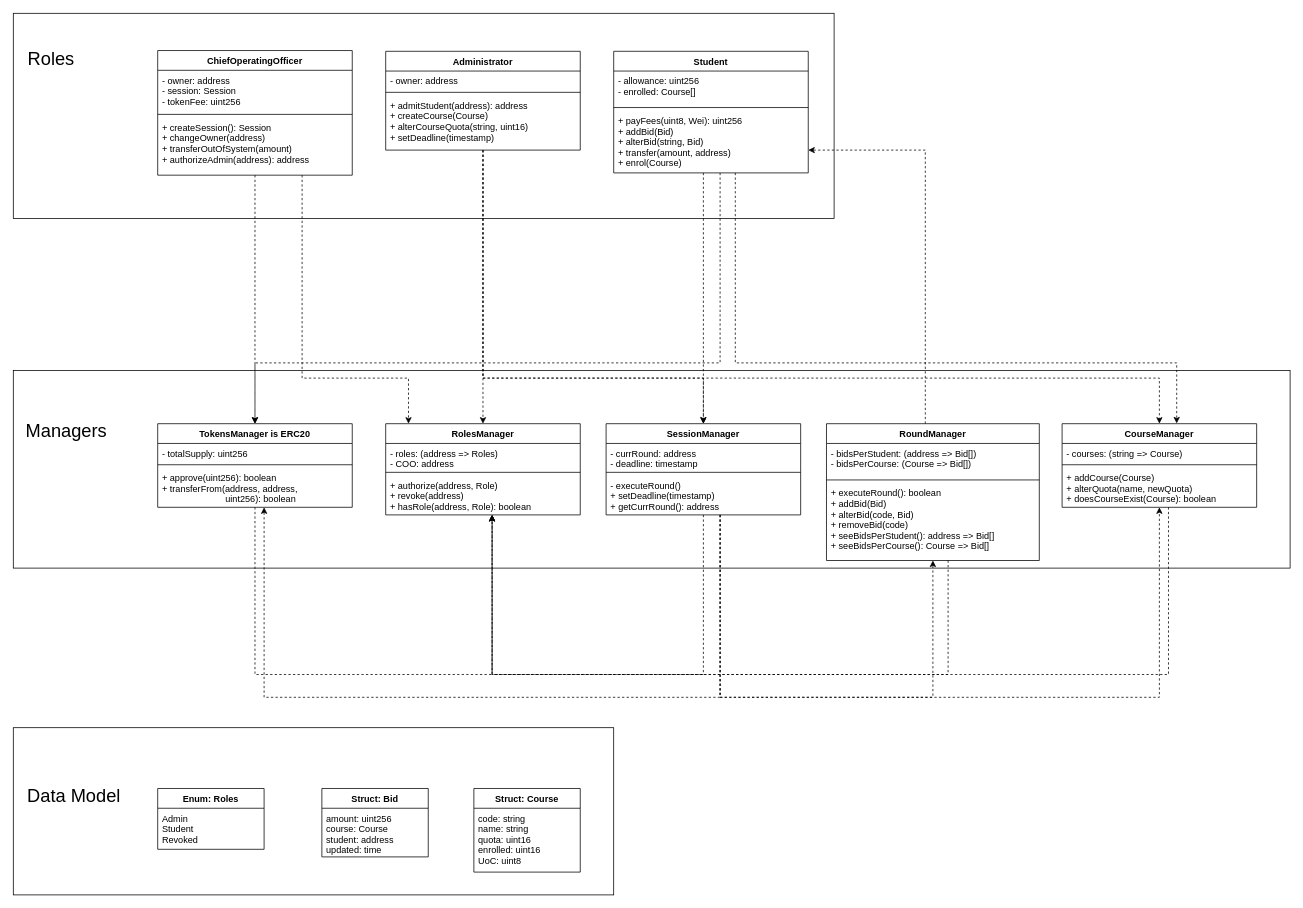
Earlier version of the draw.io diagram contract_diagram.drawio (william-coulter/university_admissions_system). Source tidied: cells renumbered, new cells numbered last; positions are measured from the earlier drawing's top-left corner, leaving out a move shared by most shapes. Both pictures are drawn from the tidied source at 76%, with x=0, y=0 at pixel (13, 13).
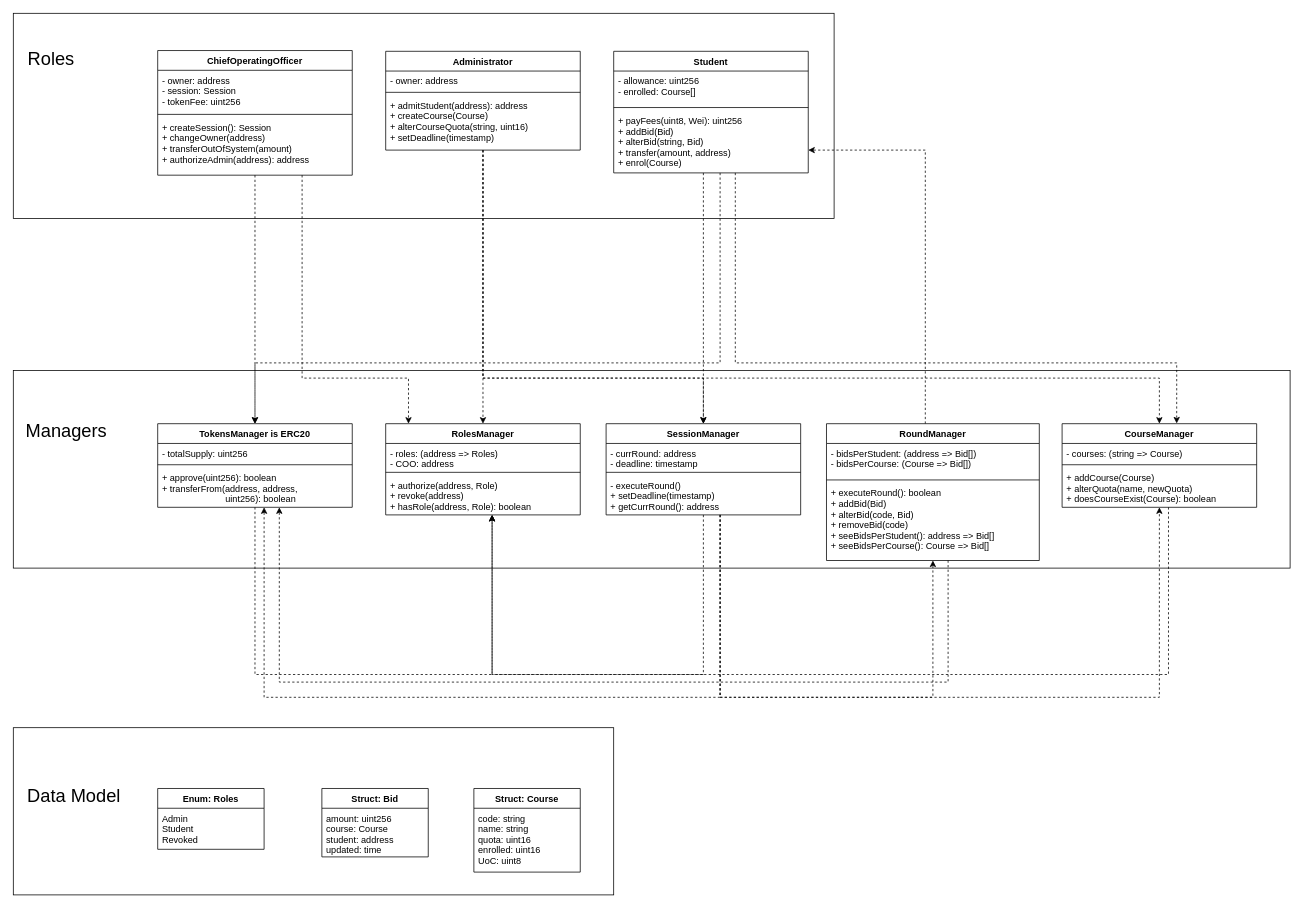
The same page after the edit.

Commit message:
Update contract diagram

Unchanged cells that the change refers to:
```xml
<mxCell id="6" value="TokensManager is ERC20" style="swimlane;fontStyle=1;align=center;verticalAlign=top;horizontal=1;startSize=26;" parent="1" vertex="1">
  <mxGeometry x="190" y="540" width="256" height="110" as="geometry" />
</mxCell>
<mxCell id="20" value="RoundManager" style="swimlane;fontStyle=1;align=center;verticalAlign=top;horizontal=1;startSize=26;" parent="1" vertex="1">
  <mxGeometry x="1070" y="540" width="280" height="180" as="geometry" />
</mxCell>
<mxCell id="48" value="RolesManager" style="swimlane;fontStyle=1;align=center;verticalAlign=top;horizontal=1;startSize=26;" parent="1" vertex="1">
  <mxGeometry x="490" y="540" width="256" height="120" as="geometry" />
</mxCell>
```

The edit, as a diff of the source:
```diff
@@
-    <mxCell id="18" style="edgeStyle=orthogonalEdgeStyle;rounded=0;jettySize=auto;html=1;dashed=1;" parent="1" edge="1" source="20" target="48">
+    <mxCell id="18" style="edgeStyle=orthogonalEdgeStyle;rounded=0;jettySize=auto;html=1;dashed=1;" parent="1" edge="1" source="20" target="6">
       <mxGeometry relative="1" as="geometry">
         <Array as="points">
-          <mxPoint x="1230" y="870" />
-          <mxPoint x="630" y="870" />
+          <mxPoint x="1230" y="880" />
+          <mxPoint x="350" y="880" />
         </Array>
       </mxGeometry>
     </mxCell>
```
